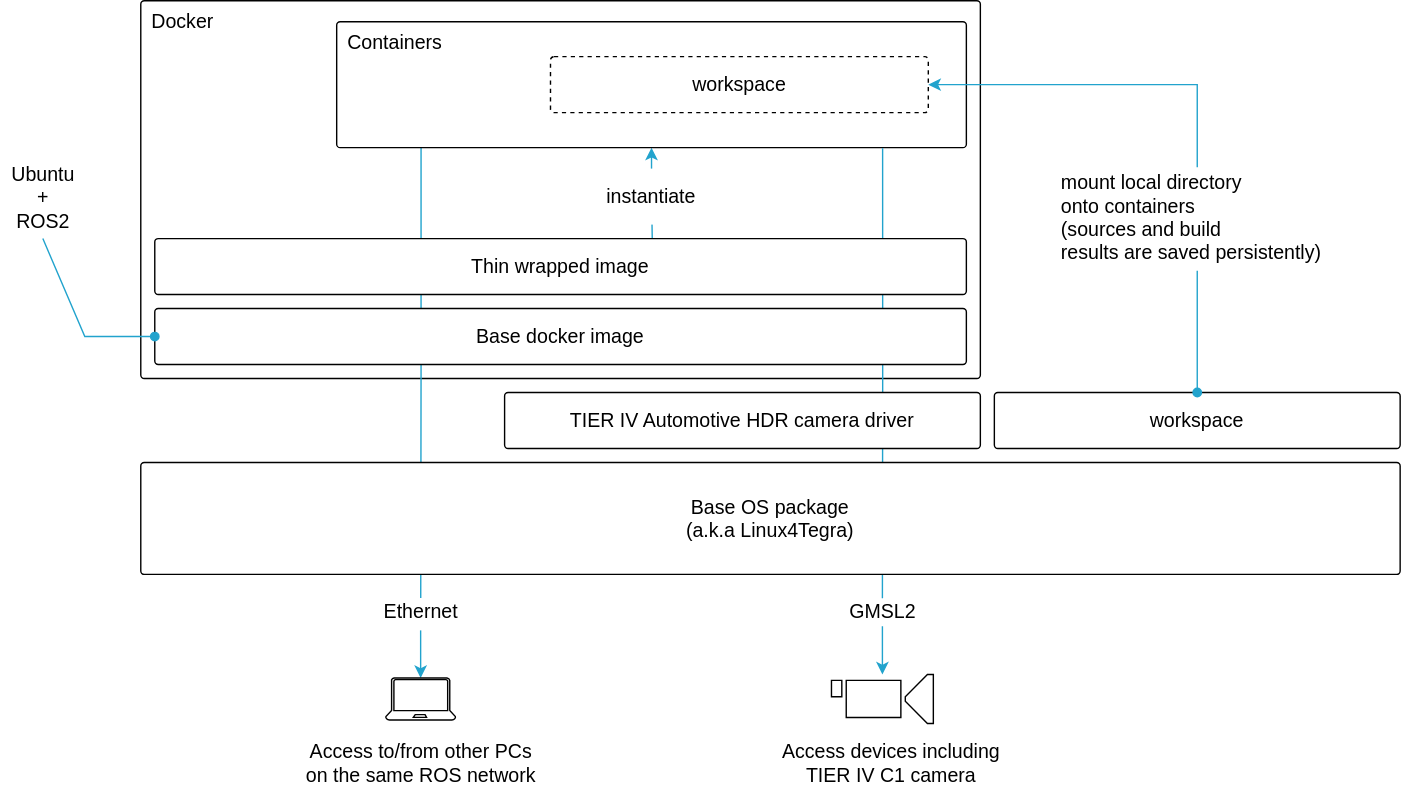
Earlier version of the draw.io export docs/overview.drawio.svg (tier4/edge-auto-jetson). Source tidied: cells renumbered, new cells last; positions are measured from the earlier drawing's top-left corner, leaving out a move shared by most shapes.
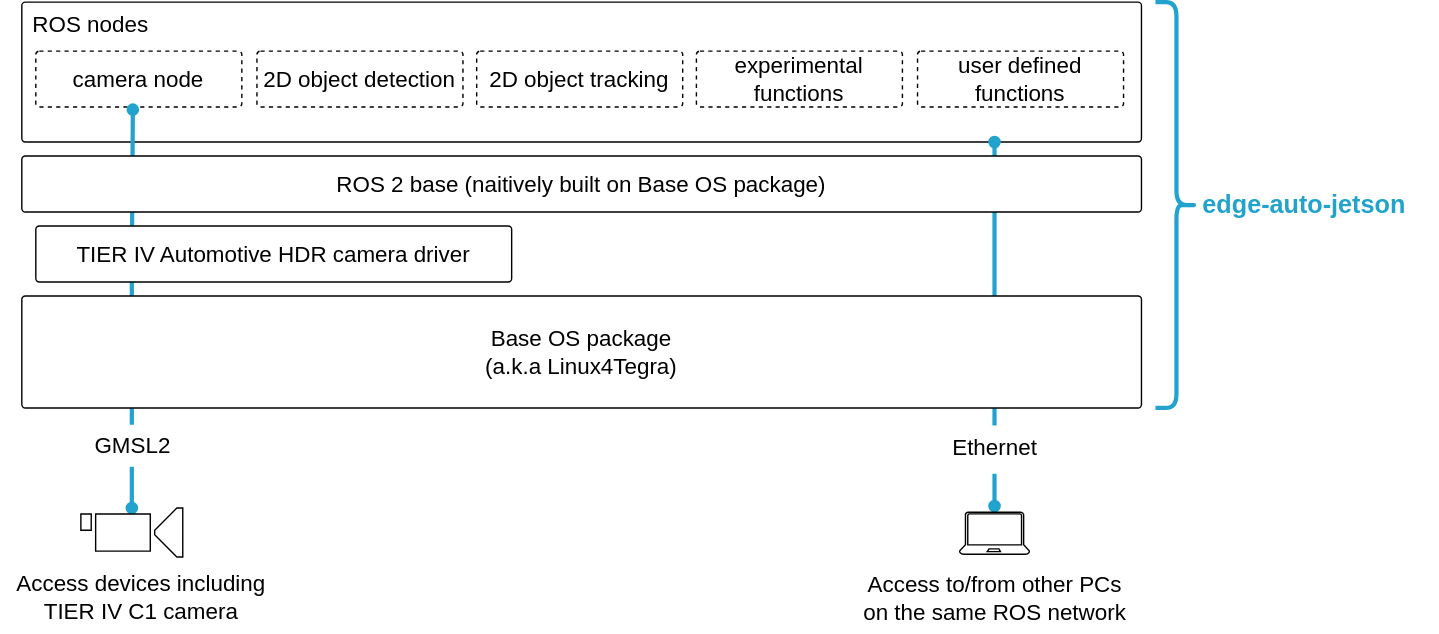
The same file after the commit.

What changed in the source:
```diff
@@ -1,86 +1,76 @@
-<mxGraphModel>
+<mxGraphModel background="#ffffff">
   <root>
     <mxCell id="0" />
     <mxCell id="1" parent="0" />
-    <mxCell id="2" value="Docker" style="rounded=1;whiteSpace=wrap;html=1;fontSize=14;arcSize=5;absoluteArcSize=1;align=left;verticalAlign=top;spacingLeft=6;" parent="1" vertex="1">
-      <mxGeometry x="100" width="600" height="270" as="geometry" />
-    </mxCell>
-    <mxCell id="3" style="edgeStyle=orthogonalEdgeStyle;rounded=0;jettySize=auto;html=1;strokeWidth=1;fontSize=24;startArrow=none;startFill=0;endArrow=none;endFill=0;strokeColor=#22A3CD;exitX=0.134;exitY=0.994;exitDx=0;exitDy=0;exitPerimeter=0;entryX=0.501;entryY=-0.006;entryDx=0;entryDy=0;entryPerimeter=0;" parent="1" edge="1" source="6" target="18">
-      <mxGeometry relative="1" as="geometry" />
-    </mxCell>
-    <mxCell id="4" style="edgeStyle=orthogonalEdgeStyle;rounded=0;jettySize=auto;html=1;strokeWidth=1;fontSize=24;startArrow=none;startFill=0;endArrow=classic;endFill=1;strokeColor=#22A3CD;" parent="1" edge="1" source="15" target="10">
+    <mxCell id="4" style="edgeStyle=orthogonalEdgeStyle;rounded=0;jettySize=auto;html=1;strokeWidth=3;fontSize=16;startArrow=none;startFill=0;endArrow=oval;endFill=1;strokeColor=#22A3CD;" parent="1" edge="1" source="15" target="10">
       <mxGeometry relative="1" as="geometry" />
     </mxCell>
-    <mxCell id="5" style="edgeStyle=orthogonalEdgeStyle;rounded=0;jettySize=auto;html=1;exitX=0.5;exitY=1;exitDx=0;exitDy=0;entryX=0.613;entryY=0.038;entryDx=0;entryDy=0;entryPerimeter=0;strokeColor=#22A3CD;strokeWidth=1;fontSize=24;fontColor=#FFFFFF;startArrow=classic;startFill=1;endArrow=none;endFill=0;" parent="1" edge="1" source="6" target="22">
-      <mxGeometry relative="1" as="geometry" />
-    </mxCell>
-    <mxCell id="6" value="&lt;font style=&quot;font-size: 14px&quot;&gt;Containers&lt;/font&gt;" style="rounded=1;whiteSpace=wrap;html=1;fontSize=14;arcSize=5;absoluteArcSize=1;align=left;verticalAlign=top;spacingLeft=6;" parent="1" vertex="1">
-      <mxGeometry x="240" y="15" width="450" height="90" as="geometry" />
+    <mxCell id="6" value="ROS nodes" style="rounded=1;whiteSpace=wrap;html=1;fontSize=16;arcSize=5;absoluteArcSize=1;align=left;verticalAlign=top;spacingLeft=6;" parent="1" vertex="1">
+      <mxGeometry x="100" y="120" width="800" height="100" as="geometry" />
     </mxCell>
-    <mxCell id="7" value="workspace" style="rounded=1;whiteSpace=wrap;html=1;fontSize=14;arcSize=5;dashed=1;absoluteArcSize=1;" parent="1" vertex="1">
-      <mxGeometry x="392.8" y="40" width="270" height="40" as="geometry" />
+    <mxCell id="7" value="camera node" style="rounded=1;whiteSpace=wrap;html=1;fontSize=16;arcSize=5;dashed=1;absoluteArcSize=1;" parent="1" vertex="1">
+      <mxGeometry x="110" y="155" width="147.2" height="40" as="geometry" />
     </mxCell>
-    <mxCell id="8" value="instantiate" style="text;html=1;align=center;verticalAlign=middle;whiteSpace=wrap;rounded=0;fontSize=14;fillColor=default;" parent="1" vertex="1">
-      <mxGeometry x="415" y="120" width="100" height="40" as="geometry" />
-    </mxCell>
-    <mxCell id="9" value="Ubuntu&lt;br style=&quot;font-size: 14px;&quot;&gt;+&lt;br style=&quot;font-size: 14px;&quot;&gt;&lt;div style=&quot;font-size: 14px;&quot;&gt;&lt;span style=&quot;background-color: initial; font-size: 14px;&quot;&gt;ROS2&lt;/span&gt;&lt;/div&gt;" style="text;html=1;align=center;verticalAlign=top;points=[];strokeColor=none;fillColor=none;fontSize=14;spacing=1;" parent="1" vertex="1">
-      <mxGeometry y="110" width="60" height="60" as="geometry" />
-    </mxCell>
-    <mxCell id="10" style="sketch=0;shadow=0;dashed=0;html=1;labelPosition=center;verticalLabelPosition=bottom;verticalAlign=top;outlineConnect=0;align=center;shape=mxgraph.office.devices.video_camera;fontSize=24;" parent="1" vertex="1">
-      <mxGeometry x="593.6" y="481.5" width="72.8" height="35" as="geometry" />
+    <mxCell id="10" style="sketch=0;shadow=0;dashed=0;html=1;labelPosition=center;verticalLabelPosition=bottom;verticalAlign=top;outlineConnect=0;align=center;shape=mxgraph.office.devices.video_camera;fontSize=16;" parent="1" vertex="1">
+      <mxGeometry x="142.2" y="481.5" width="72.8" height="35" as="geometry" />
     </mxCell>
-    <mxCell id="11" style="edgeStyle=orthogonalEdgeStyle;rounded=0;jettySize=auto;html=1;strokeColor=#22A3CD;strokeWidth=1;fontSize=24;fontColor=#FFFFFF;startArrow=none;startFill=0;endArrow=classic;endFill=1;exitX=0.5;exitY=1.15;exitDx=0;exitDy=0;exitPerimeter=0;entryX=0.5;entryY=0;entryDx=0;entryDy=0;entryPerimeter=0;" parent="1" edge="1" source="18" target="17">
-      <mxGeometry relative="1" as="geometry" />
+    <mxCell id="11" style="edgeStyle=orthogonalEdgeStyle;rounded=0;jettySize=auto;html=1;strokeColor=#22A3CD;strokeWidth=3;fontSize=16;fontColor=#FFFFFF;startArrow=none;startFill=0;endArrow=oval;endFill=1;exitX=0.5;exitY=1.15;exitDx=0;exitDy=0;exitPerimeter=0;" parent="1" edge="1" source="18">
+      <mxGeometry relative="1" as="geometry">
+        <mxPoint x="795" y="480" as="targetPoint" />
+      </mxGeometry>
     </mxCell>
-    <mxCell id="12" value="Access to/from&amp;nbsp;other PCs &lt;br style=&quot;font-size: 14px;&quot;&gt;on the same ROS network" style="text;html=1;align=center;verticalAlign=middle;strokeColor=none;fillColor=none;fontSize=14;" parent="1" vertex="1">
-      <mxGeometry x="210" y="525" width="180" height="40" as="geometry" />
+    <mxCell id="12" value="Access to/from other PCs&lt;br&gt;on the same ROS network" style="text;html=1;align=center;verticalAlign=middle;strokeColor=none;fillColor=none;fontSize=16;fontColor=#000000;" parent="1" vertex="1">
+      <mxGeometry x="690" y="520.5" width="210" height="50" as="geometry" />
     </mxCell>
-    <mxCell id="13" value="Access devices including &lt;br style=&quot;font-size: 14px;&quot;&gt;TIER IV C1 camera" style="text;html=1;align=center;verticalAlign=middle;strokeColor=none;fillColor=none;fontSize=14;" parent="1" vertex="1">
-      <mxGeometry x="551.4" y="525" width="170" height="40" as="geometry" />
+    <mxCell id="13" value="Access devices including &lt;br style=&quot;font-size: 16px;&quot;&gt;TIER IV C1 camera" style="text;html=1;align=center;verticalAlign=middle;strokeColor=none;fillColor=none;fontSize=16;fontColor=#000000;" parent="1" vertex="1">
+      <mxGeometry x="85" y="520" width="200" height="50" as="geometry" />
     </mxCell>
-    <mxCell id="14" value="mount local directory &lt;br style=&quot;font-size: 14px;&quot;&gt;onto containers&lt;br style=&quot;font-size: 14px;&quot;&gt;&amp;nbsp;(sources and build &lt;br style=&quot;font-size: 14px;&quot;&gt;results are saved persistently)" style="text;html=1;align=left;verticalAlign=middle;points=[];strokeColor=none;fillColor=none;fontSize=14;" parent="1" vertex="1">
-      <mxGeometry x="756" y="120" width="200" height="70" as="geometry" />
-    </mxCell>
+    <mxCell id="27" style="edgeStyle=orthogonalEdgeStyle;rounded=0;jettySize=auto;html=1;strokeColor=#22A3CD;endArrow=oval;endFill=1;entryX=0.471;entryY=1.046;entryDx=0;entryDy=0;entryPerimeter=0;fontSize=16;strokeWidth=3;" parent="1" edge="1" source="15" target="7">
+      <mxGeometry relative="1" as="geometry" />
+    </mxCell>
-    <mxCell id="15" value="GMSL2" style="text;html=1;align=center;verticalAlign=middle;points=[];strokeColor=none;fillColor=none;fontSize=14;" parent="1" vertex="1">
-      <mxGeometry x="600" y="427" width="60" height="20" as="geometry" />
+    <mxCell id="15" value="GMSL2" style="text;html=1;align=center;verticalAlign=middle;points=[];strokeColor=none;fillColor=none;fontSize=16;fontColor=#000000;" parent="1" vertex="1">
+      <mxGeometry x="138.6" y="422" width="80" height="30" as="geometry" />
     </mxCell>
-    <mxCell id="16" style="edgeStyle=orthogonalEdgeStyle;rounded=0;jettySize=auto;html=1;exitX=0.867;exitY=1.004;exitDx=0;exitDy=0;strokeWidth=1;fontSize=24;startArrow=none;startFill=0;endArrow=none;endFill=1;strokeColor=#22A3CD;exitPerimeter=0;" parent="1" edge="1" source="6" target="15">
-      <mxGeometry relative="1" as="geometry" />
-    </mxCell>
-    <mxCell id="17" style="verticalLabelPosition=bottom;html=1;verticalAlign=top;align=center;shape=mxgraph.azure.laptop;fontSize=14;" parent="1" vertex="1">
-      <mxGeometry x="275" y="484" width="50" height="30" as="geometry" />
+    <mxCell id="17" style="verticalLabelPosition=bottom;html=1;verticalAlign=top;align=center;shape=mxgraph.azure.laptop;fontSize=16;" parent="1" vertex="1">
+      <mxGeometry x="770" y="484.5" width="50" height="30" as="geometry" />
     </mxCell>
+    <mxCell id="28" style="edgeStyle=orthogonalEdgeStyle;rounded=0;jettySize=auto;html=1;strokeColor=#22A3CD;endArrow=oval;endFill=1;fontSize=16;strokeWidth=3;" parent="1" edge="1" source="18">
+      <mxGeometry relative="1" as="geometry">
+        <mxPoint x="795" y="220" as="targetPoint" />
+        <Array as="points">
+          <mxPoint x="795" y="221" />
+        </Array>
+      </mxGeometry>
+    </mxCell>
-    <mxCell id="18" value="Ethernet" style="text;html=1;align=center;verticalAlign=middle;points=[];strokeColor=none;fillColor=none;fontSize=14;" parent="1" vertex="1">
-      <mxGeometry x="265" y="427" width="70" height="20" as="geometry" />
+    <mxCell id="18" value="Ethernet" style="text;html=1;align=center;verticalAlign=middle;points=[];strokeColor=none;fillColor=none;fontSize=16;fontColor=#000000;" parent="1" vertex="1">
+      <mxGeometry x="755" y="422.5" width="80" height="30" as="geometry" />
     </mxCell>
-    <mxCell id="19" value="workspace" style="rounded=1;whiteSpace=wrap;html=1;fontSize=14;arcSize=5;absoluteArcSize=1;" parent="1" vertex="1">
-      <mxGeometry x="710" y="280" width="290" height="40" as="geometry" />
-    </mxCell>
-    <mxCell id="20" value="TIER IV Automotive HDR camera driver" style="rounded=1;whiteSpace=wrap;html=1;fontSize=14;arcSize=5;absoluteArcSize=1;" parent="1" vertex="1">
-      <mxGeometry x="360" y="280" width="340" height="40" as="geometry" />
+    <mxCell id="20" value="TIER IV Automotive HDR camera driver" style="rounded=1;whiteSpace=wrap;html=1;fontSize=16;arcSize=5;absoluteArcSize=1;" parent="1" vertex="1">
+      <mxGeometry x="110" y="280" width="340" height="40" as="geometry" />
     </mxCell>
-    <mxCell id="21" value="Base docker image" style="rounded=1;whiteSpace=wrap;html=1;fontSize=14;arcSize=5;absoluteArcSize=1;" parent="1" vertex="1">
-      <mxGeometry x="110" y="220" width="580" height="40" as="geometry" />
+    <mxCell id="21" value="ROS 2 base (naitively built on Base OS package)" style="rounded=1;whiteSpace=wrap;html=1;fontSize=16;arcSize=5;absoluteArcSize=1;" parent="1" vertex="1">
+      <mxGeometry x="100" y="230" width="800" height="40" as="geometry" />
     </mxCell>
-    <mxCell id="22" value="Thin wrapped image" style="rounded=1;whiteSpace=wrap;html=1;fontSize=14;arcSize=5;absoluteArcSize=1;" parent="1" vertex="1">
-      <mxGeometry x="110" y="170" width="580" height="40" as="geometry" />
-    </mxCell>
-    <mxCell id="23" value="Base OS package&lt;br style=&quot;font-size: 14px&quot;&gt;(a.k.a Linux4Tegra)" style="rounded=1;whiteSpace=wrap;html=1;fontSize=14;arcSize=5;absoluteArcSize=1;" parent="1" vertex="1">
-      <mxGeometry x="100" y="330" width="900" height="80" as="geometry" />
+    <mxCell id="23" value="Base OS package&lt;br style=&quot;font-size: 16px;&quot;&gt;(a.k.a Linux4Tegra)" style="rounded=1;whiteSpace=wrap;html=1;fontSize=16;arcSize=5;absoluteArcSize=1;" parent="1" vertex="1">
+      <mxGeometry x="100" y="330" width="800" height="80" as="geometry" />
     </mxCell>
-    <mxCell id="24" style="endArrow=oval;html=1;rounded=0;fontSize=24;exitX=0.5;exitY=1;exitDx=0;exitDy=0;startArrow=none;startFill=0;strokeWidth=1;endFill=1;exitPerimeter=0;strokeColor=#22A3CD;entryX=0;entryY=0.5;entryDx=0;entryDy=0;" parent="1" edge="1" source="9" target="21">
-      <mxGeometry x="-1" y="101" relative="1" as="geometry">
-        <Array as="points">
-          <mxPoint x="60" y="240" />
-        </Array>
-        <mxPoint x="-3" y="-6" as="offset" />
-      </mxGeometry>
-    </mxCell>
-    <mxCell id="25" style="edgeStyle=orthogonalEdgeStyle;rounded=0;jettySize=auto;html=1;exitX=0.5;exitY=0;exitDx=0;exitDy=0;strokeWidth=1;fontSize=24;startArrow=oval;startFill=1;strokeColor=#22a3cd;endArrow=none;entryX=0.495;entryY=1.043;entryDx=0;entryDy=0;entryPerimeter=0;" parent="1" edge="1" source="19" target="14">
-      <mxGeometry relative="1" as="geometry" />
-    </mxCell>
-    <mxCell id="26" style="edgeStyle=orthogonalEdgeStyle;rounded=0;jettySize=auto;html=1;exitX=0.495;exitY=-0.014;exitDx=0;exitDy=0;entryX=1;entryY=0.5;entryDx=0;entryDy=0;strokeWidth=1;fontSize=24;startArrow=none;startFill=1;strokeColor=#22a3cd;exitPerimeter=0;" parent="1" edge="1" source="14" target="7">
-      <mxGeometry relative="1" as="geometry" />
-    </mxCell>
+    <mxCell id="29" value="2D object detection" style="rounded=1;whiteSpace=wrap;html=1;fontSize=16;arcSize=5;dashed=1;absoluteArcSize=1;" parent="1" vertex="1">
+      <mxGeometry x="268" y="155" width="147.2" height="40" as="geometry" />
+    </mxCell>
+    <mxCell id="30" value="2D object tracking" style="rounded=1;whiteSpace=wrap;html=1;fontSize=16;arcSize=5;dashed=1;absoluteArcSize=1;" parent="1" vertex="1">
+      <mxGeometry x="425" y="155" width="147.2" height="40" as="geometry" />
+    </mxCell>
+    <mxCell id="31" value="experimental&lt;br style=&quot;font-size: 16px;&quot;&gt;functions" style="rounded=1;whiteSpace=wrap;html=1;fontSize=16;arcSize=5;dashed=1;absoluteArcSize=1;" parent="1" vertex="1">
+      <mxGeometry x="582" y="155" width="147.2" height="40" as="geometry" />
+    </mxCell>
+    <mxCell id="32" value="user defined&lt;br style=&quot;font-size: 16px;&quot;&gt;functions" style="rounded=1;whiteSpace=wrap;html=1;fontSize=16;arcSize=5;dashed=1;absoluteArcSize=1;" parent="1" vertex="1">
+      <mxGeometry x="740" y="155" width="147.2" height="40" as="geometry" />
+    </mxCell>
+    <mxCell id="33" style="shape=curlyBracket;whiteSpace=wrap;html=1;rounded=1;flipH=1;labelPosition=right;verticalLabelPosition=middle;align=left;verticalAlign=middle;strokeWidth=3;strokeColor=#22A3CD;" parent="1" vertex="1">
+      <mxGeometry x="910" y="120" width="30" height="290" as="geometry" />
+    </mxCell>
+    <mxCell id="34" value="&lt;font style=&quot;&quot;&gt;&lt;b style=&quot;font-size: 18px; color: rgb(34, 163, 205);&quot;&gt;edge-auto-jetson&lt;/b&gt;&lt;/font&gt;" style="text;html=1;align=left;verticalAlign=middle;strokeColor=none;fillColor=none;" parent="1" vertex="1">
+      <mxGeometry x="942" y="245" width="170" height="40" as="geometry" />
+    </mxCell>
   </root>
 </mxGraphModel>
```
